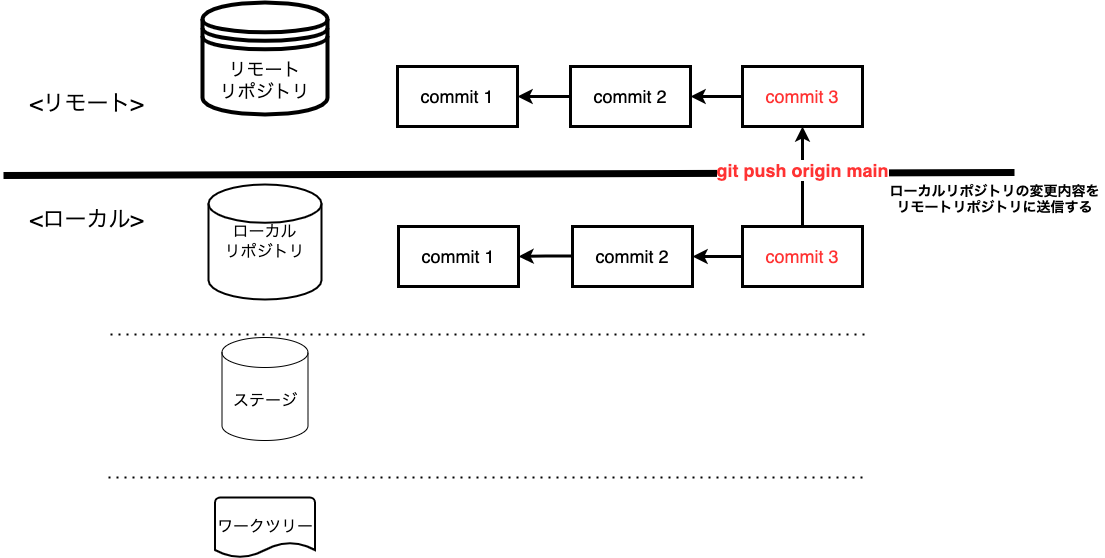
Above: assets/image/Git勉強会_コマンドイメージ図-push.drawio.png in irongineer/learning-git-for-team (draw.io), before the change. Source tidied: cells renumbered, new cells last; positions are measured from the earlier drawing's top-left corner, leaving out a move shared by most shapes. Source of this version:
```xml
<mxGraphModel>
  <root>
    <mxCell id="0" />
    <mxCell id="1" parent="0" />
    <mxCell id="2" style="endArrow=none;dashed=1;html=1;dashPattern=1 3;strokeWidth=2;rounded=0;" parent="1" edge="1">
      <mxGeometry relative="1" as="geometry">
        <mxPoint x="107" y="332" as="sourcePoint" />
        <mxPoint x="864" y="332" as="targetPoint" />
      </mxGeometry>
    </mxCell>
    <mxCell id="3" style="endArrow=none;dashed=1;html=1;dashPattern=1 3;strokeWidth=2;rounded=0;" parent="1" edge="1">
      <mxGeometry relative="1" as="geometry">
        <mxPoint x="105" y="475" as="sourcePoint" />
        <mxPoint x="862" y="475" as="targetPoint" />
      </mxGeometry>
    </mxCell>
    <mxCell id="4" style="endArrow=none;html=1;rounded=0;strokeWidth=7;" parent="1" edge="1">
      <mxGeometry relative="1" as="geometry">
        <mxPoint y="173" as="sourcePoint" />
        <mxPoint x="1011" y="170" as="targetPoint" />
      </mxGeometry>
    </mxCell>
    <mxCell id="5" value="&lt;font style=&quot;font-size: 22px&quot;&gt;&amp;lt;ローカル&amp;gt;&lt;/font&gt;" style="text;html=1;align=center;verticalAlign=middle;strokeColor=none;fillColor=none;" parent="1" vertex="1">
      <mxGeometry x="21" y="207" width="123" height="21" as="geometry" />
    </mxCell>
    <mxCell id="6" value="&lt;font style=&quot;font-size: 22px&quot;&gt;&amp;lt;リモート&amp;gt;&lt;/font&gt;" style="text;html=1;align=center;verticalAlign=middle;strokeColor=none;fillColor=none;" parent="1" vertex="1">
      <mxGeometry x="21" y="91" width="124" height="21" as="geometry" />
    </mxCell>
    <mxCell id="7" value="ローカル&lt;br&gt;リポジトリ" style="strokeWidth=2;html=1;shape=mxgraph.flowchart.database;whiteSpace=wrap;fontSize=16;" parent="1" vertex="1">
      <mxGeometry x="205" y="182" width="113" height="115" as="geometry" />
    </mxCell>
    <mxCell id="8" value="ステージ" style="shape=cylinder3;whiteSpace=wrap;html=1;boundedLbl=1;backgroundOutline=1;size=15;fontSize=16;" parent="1" vertex="1">
      <mxGeometry x="218.5" y="335" width="86" height="103" as="geometry" />
    </mxCell>
    <mxCell id="9" value="ワークツリー" style="strokeWidth=2;html=1;shape=mxgraph.flowchart.document2;whiteSpace=wrap;size=0.25;fontSize=16;" parent="1" vertex="1">
      <mxGeometry x="211.5" y="495" width="100" height="60" as="geometry" />
    </mxCell>
    <mxCell id="10" value="リモート&lt;br style=&quot;font-size: 18px;&quot;&gt;リポジトリ" style="shape=datastore;whiteSpace=wrap;html=1;fontSize=18;strokeWidth=4;" parent="1" vertex="1">
      <mxGeometry x="199" width="125" height="112" as="geometry" />
    </mxCell>
    <mxCell id="11" value="&lt;font color=&quot;#000000&quot;&gt;commit 1&lt;/font&gt;" style="whiteSpace=wrap;html=1;fontSize=18;fontColor=#FF3333;strokeWidth=3;" parent="1" vertex="1">
      <mxGeometry x="394" y="64" width="120" height="60" as="geometry" />
    </mxCell>
    <mxCell id="12" style="edgeStyle=orthogonalEdgeStyle;rounded=0;jettySize=auto;html=1;fontSize=18;fontColor=#000000;strokeWidth=3;" parent="1" edge="1" target="11">
      <mxGeometry relative="1" as="geometry">
        <mxPoint x="569" y="94" as="sourcePoint" />
      </mxGeometry>
    </mxCell>
    <mxCell id="13" value="&lt;font color=&quot;#000000&quot;&gt;commit 1&lt;/font&gt;" style="whiteSpace=wrap;html=1;fontSize=18;fontColor=#FF3333;strokeWidth=3;" parent="1" vertex="1">
      <mxGeometry x="395" y="224" width="120" height="60" as="geometry" />
    </mxCell>
    <mxCell id="14" style="edgeStyle=orthogonalEdgeStyle;rounded=0;jettySize=auto;html=1;fontSize=18;fontColor=#FF3333;endArrow=classic;endFill=1;strokeWidth=3;" parent="1" edge="1" target="13">
      <mxGeometry relative="1" as="geometry">
        <mxPoint x="570" y="253.5" as="sourcePoint" />
      </mxGeometry>
    </mxCell>
    <mxCell id="15" value="&lt;font color=&quot;#000000&quot;&gt;commit 2&lt;/font&gt;" style="whiteSpace=wrap;html=1;fontSize=18;fontColor=#FF3333;strokeWidth=3;" parent="1" vertex="1">
      <mxGeometry x="569" y="224" width="120" height="60" as="geometry" />
    </mxCell>
    <mxCell id="16" value="&lt;font color=&quot;#000000&quot;&gt;commit 2&lt;/font&gt;" style="whiteSpace=wrap;html=1;fontSize=18;fontColor=#FF3333;strokeWidth=3;" parent="1" vertex="1">
      <mxGeometry x="567" y="64" width="120" height="60" as="geometry" />
    </mxCell>
    <mxCell id="17" style="edgeStyle=orthogonalEdgeStyle;rounded=0;jettySize=auto;html=1;fontSize=14;strokeWidth=3;" parent="1" edge="1" source="19" target="15">
      <mxGeometry relative="1" as="geometry" />
    </mxCell>
    <mxCell id="18" style="edgeStyle=orthogonalEdgeStyle;rounded=0;jettySize=auto;html=1;fontSize=14;fontColor=#000000;strokeWidth=3;" parent="1" edge="1" source="19" target="21">
      <mxGeometry relative="1" as="geometry" />
    </mxCell>
    <mxCell id="19" value="commit 3" style="whiteSpace=wrap;html=1;fontSize=18;fontColor=#FF3333;strokeWidth=3;" parent="1" vertex="1">
      <mxGeometry x="739" y="224" width="120" height="60" as="geometry" />
    </mxCell>
    <mxCell id="20" style="edgeStyle=orthogonalEdgeStyle;rounded=0;jettySize=auto;html=1;fontSize=14;strokeWidth=3;" parent="1" edge="1" source="21" target="16">
      <mxGeometry relative="1" as="geometry" />
    </mxCell>
    <mxCell id="21" value="commit 3" style="whiteSpace=wrap;html=1;fontSize=18;fontColor=#FF3333;strokeWidth=3;" parent="1" vertex="1">
      <mxGeometry x="739" y="64" width="120" height="60" as="geometry" />
    </mxCell>
    <mxCell id="22" value="&lt;b&gt;&lt;font color=&quot;#ff3333&quot;&gt;git push origin main&lt;/font&gt;&lt;/b&gt;" style="edgeLabel;html=1;align=center;verticalAlign=middle;fontSize=18;fontColor=#000000;" parent="1" vertex="1">
      <mxGeometry x="798" y="167" as="geometry" />
    </mxCell>
    <mxCell id="23" value="&lt;div&gt;&lt;span style=&quot;font-size: 14px&quot;&gt;&lt;b&gt;ローカルリポジトリの変更内容を&lt;/b&gt;&lt;/span&gt;&lt;/div&gt;&lt;div&gt;&lt;span style=&quot;font-size: 14px&quot;&gt;&lt;b&gt;リモートリポジトリに送信する&lt;/b&gt;&lt;/span&gt;&lt;br&gt;&lt;/div&gt;&lt;div style=&quot;font-weight: bold&quot;&gt;&lt;br&gt;&lt;/div&gt;" style="text;html=1;align=center;verticalAlign=middle;strokeColor=none;fillColor=none;" parent="1" vertex="1">
      <mxGeometry x="881" y="180" width="220" height="48" as="geometry" />
    </mxCell>
  </root>
</mxGraphModel>
```
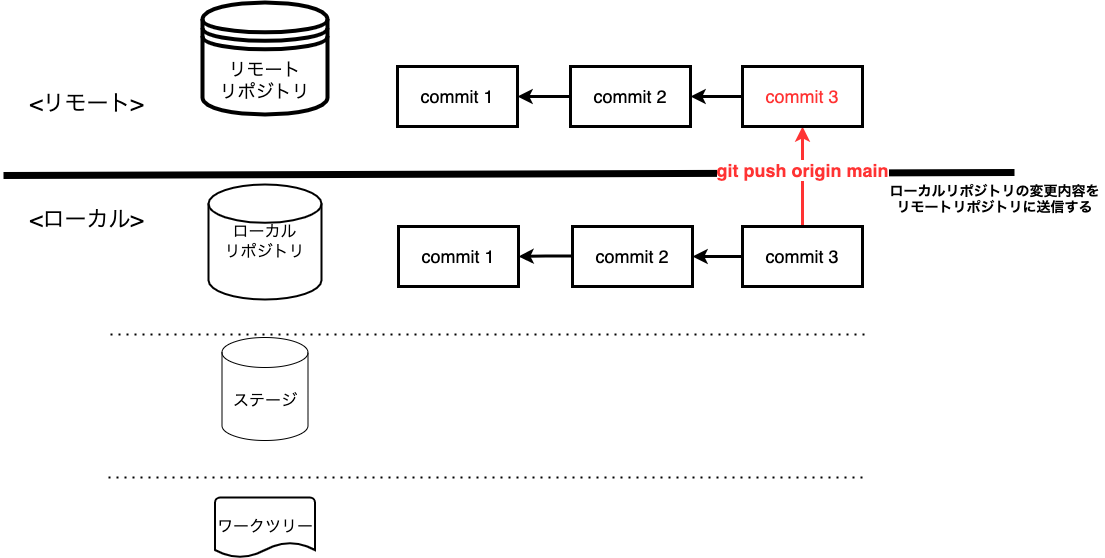
After the commit.

Change to the diagram source:
```diff
@@ -63,10 +63,10 @@
     <mxCell id="17" style="edgeStyle=orthogonalEdgeStyle;rounded=0;jettySize=auto;html=1;fontSize=14;strokeWidth=3;" parent="1" edge="1" source="19" target="15">
       <mxGeometry relative="1" as="geometry" />
     </mxCell>
-    <mxCell id="18" style="edgeStyle=orthogonalEdgeStyle;rounded=0;jettySize=auto;html=1;fontSize=14;fontColor=#000000;strokeWidth=3;" parent="1" edge="1" source="19" target="21">
+    <mxCell id="18" style="edgeStyle=orthogonalEdgeStyle;rounded=0;jettySize=auto;html=1;fontSize=14;fontColor=#000000;strokeWidth=3;strokeColor=#FF3333;" parent="1" edge="1" source="19" target="21">
       <mxGeometry relative="1" as="geometry" />
     </mxCell>
-    <mxCell id="19" value="commit 3" style="whiteSpace=wrap;html=1;fontSize=18;fontColor=#FF3333;strokeWidth=3;" parent="1" vertex="1">
+    <mxCell id="19" value="&lt;font color=&quot;#000000&quot;&gt;commit 3&lt;/font&gt;" style="whiteSpace=wrap;html=1;fontSize=18;fontColor=#FF3333;strokeWidth=3;" parent="1" vertex="1">
       <mxGeometry x="739" y="224" width="120" height="60" as="geometry" />
     </mxCell>
     <mxCell id="20" style="edgeStyle=orthogonalEdgeStyle;rounded=0;jettySize=auto;html=1;fontSize=14;strokeWidth=3;" parent="1" edge="1" source="21" target="16">
```
